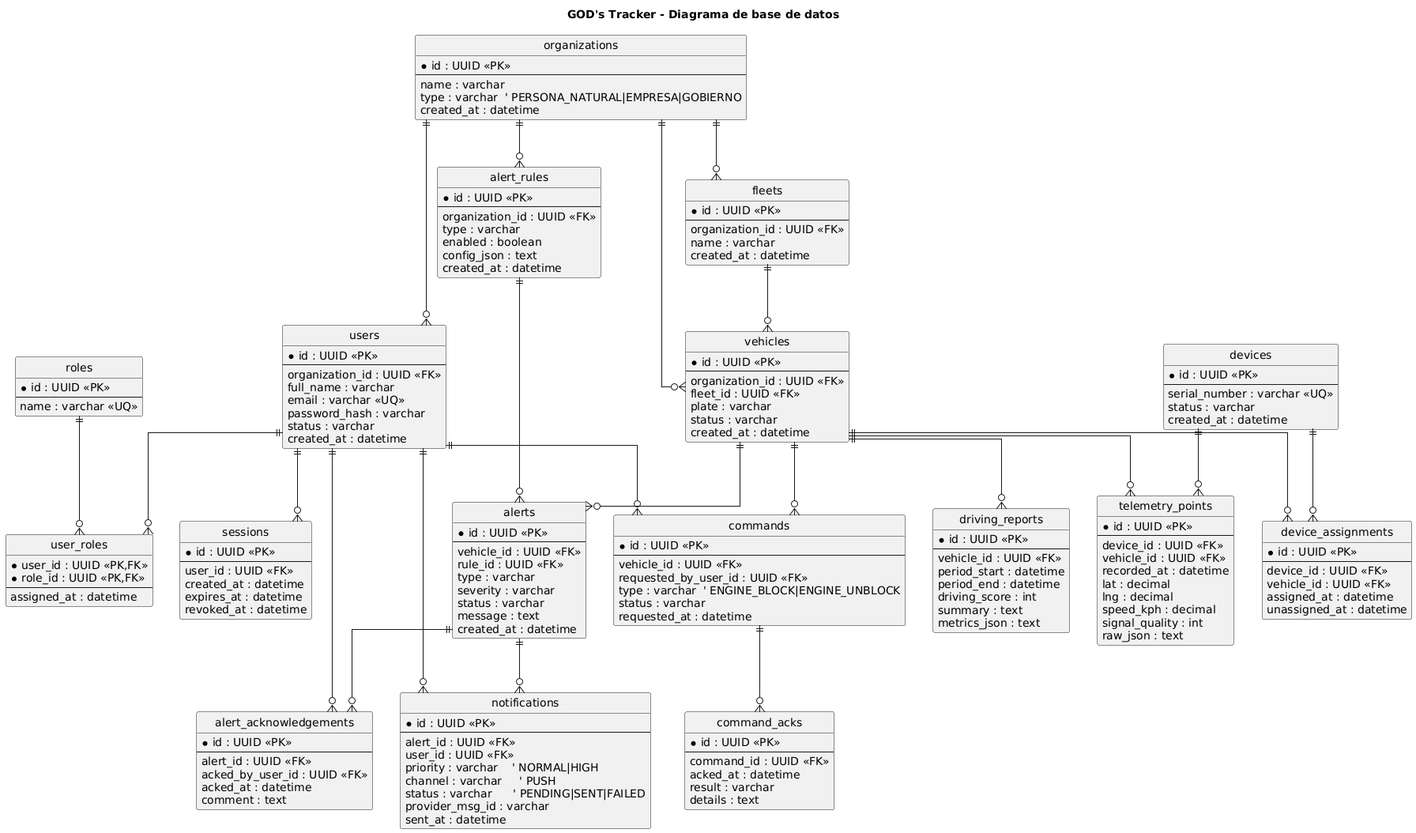
upc-pre-202610-1asi0729-11896-guardiant/guardiants-report keeps this PlantUML diagram as images/Diagrama de base de datos.png. Above is the earlier version.
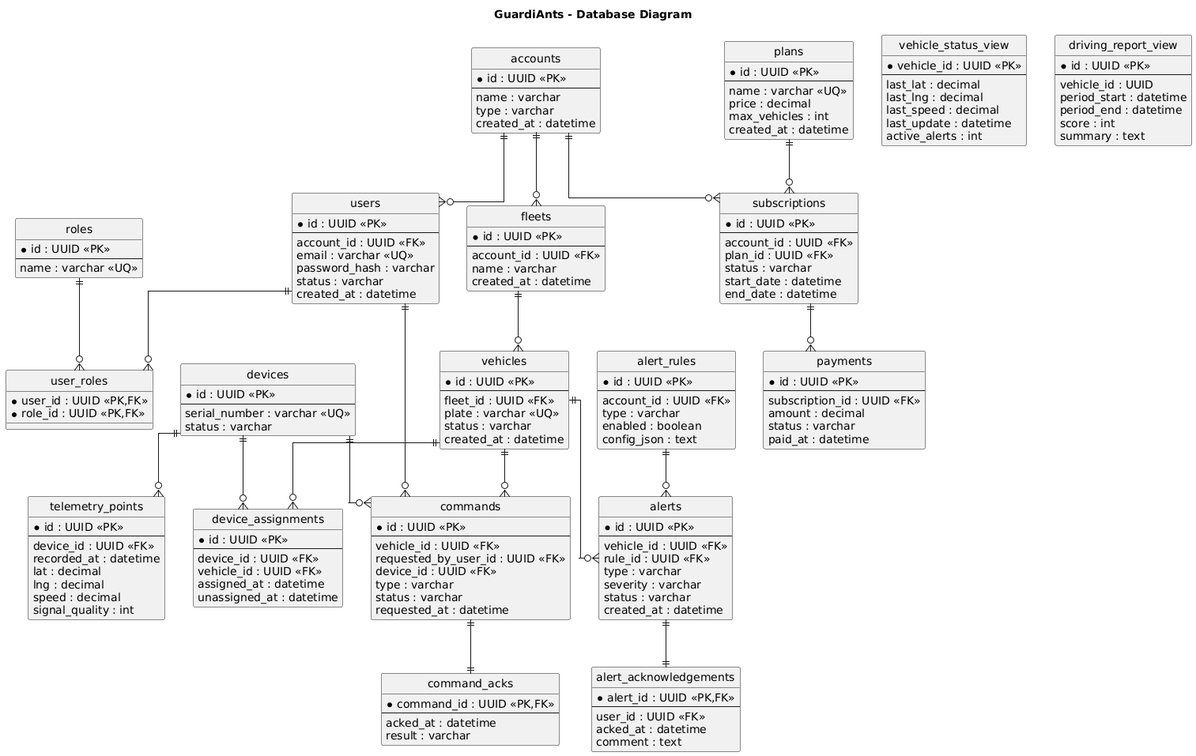
The same file after the commit.

The edit, as a diff of the source:
```diff
@@ -1,21 +1,21 @@
 @startuml
-title GOD's Tracker - Diagrama de base de datos
+title GuardiAnts - Database Diagram
+
 hide circle
 skinparam linetype ortho
 
-entity organizations {
+entity accounts {
   * id : UUID <<PK>>
   --
   name : varchar
-  type : varchar  ' PERSONA_NATURAL|EMPRESA|GOBIERNO
+  type : varchar
   created_at : datetime
 }
 
 entity users {
   * id : UUID <<PK>>
   --
-  organization_id : UUID <<FK>>
-  full_name : varchar
+  account_id : UUID <<FK>>
   email : varchar <<UQ>>
   password_hash : varchar
   status : varchar
@@ -31,23 +31,17 @@
 entity user_roles {
   * user_id : UUID <<PK,FK>>
   * role_id : UUID <<PK,FK>>
-  --
-  assigned_at : datetime
 }
 
-entity sessions {
-  * id : UUID <<PK>>
-  --
-  user_id : UUID <<FK>>
-  created_at : datetime
-  expires_at : datetime
-  revoked_at : datetime
-}
+accounts ||--o{ users
+users ||--o{ user_roles
+roles ||--o{ user_roles
+
 
 entity fleets {
   * id : UUID <<PK>>
   --
-  organization_id : UUID <<FK>>
+  account_id : UUID <<FK>>
   name : varchar
   created_at : datetime
 }
@@ -55,19 +49,21 @@
 entity vehicles {
   * id : UUID <<PK>>
   --
-  organization_id : UUID <<FK>>
   fleet_id : UUID <<FK>>
-  plate : varchar
+  plate : varchar <<UQ>>
   status : varchar
   created_at : datetime
 }
+
+fleets ||--o{ vehicles
+accounts ||--o{ fleets
+
 
 entity devices {
   * id : UUID <<PK>>
   --
   serial_number : varchar <<UQ>>
   status : varchar
-  created_at : datetime
 }
 
 entity device_assignments {
@@ -83,34 +79,25 @@
   * id : UUID <<PK>>
   --
   device_id : UUID <<FK>>
-  vehicle_id : UUID <<FK>>
   recorded_at : datetime
   lat : decimal
   lng : decimal
-  speed_kph : decimal
+  speed : decimal
   signal_quality : int
-  raw_json : text
 }
 
-entity driving_reports {
-  * id : UUID <<PK>>
-  --
-  vehicle_id : UUID <<FK>>
-  period_start : datetime
-  period_end : datetime
-  driving_score : int
-  summary : text
-  metrics_json : text
-}
+devices ||--o{ device_assignments
+vehicles ||--o{ device_assignments
+devices ||--o{ telemetry_points
+
 
 entity alert_rules {
   * id : UUID <<PK>>
   --
-  organization_id : UUID <<FK>>
+  account_id : UUID <<FK>>
   type : varchar
   enabled : boolean
   config_json : text
-  created_at : datetime
 }
 
 entity alerts {
@@ -121,77 +108,96 @@
   type : varchar
   severity : varchar
   status : varchar
-  message : text
   created_at : datetime
 }
 
 entity alert_acknowledgements {
-  * id : UUID <<PK>>
+  * alert_id : UUID <<PK,FK>>
   --
-  alert_id : UUID <<FK>>
-  acked_by_user_id : UUID <<FK>>
+  user_id : UUID <<FK>>
   acked_at : datetime
   comment : text
 }
 
-entity notifications {
-  * id : UUID <<PK>>
-  --
-  alert_id : UUID <<FK>>
-  user_id : UUID <<FK>>
-  priority : varchar    ' NORMAL|HIGH
-  channel : varchar     ' PUSH
-  status : varchar      ' PENDING|SENT|FAILED
-  provider_msg_id : varchar
-  sent_at : datetime
-}
+vehicles ||--o{ alerts
+alert_rules ||--o{ alerts
+alerts ||--|| alert_acknowledgements
+
 
 entity commands {
   * id : UUID <<PK>>
   --
   vehicle_id : UUID <<FK>>
   requested_by_user_id : UUID <<FK>>
-  type : varchar  ' ENGINE_BLOCK|ENGINE_UNBLOCK
+  device_id : UUID <<FK>>
+  type : varchar
   status : varchar
   requested_at : datetime
 }
 
 entity command_acks {
-  * id : UUID <<PK>>
+  * command_id : UUID <<PK,FK>>
   --
-  command_id : UUID <<FK>>
   acked_at : datetime
   result : varchar
-  details : text
 }
-
-organizations ||--o{ users
-roles ||--o{ user_roles
-users ||--o{ user_roles
-users ||--o{ sessions
-
-organizations ||--o{ fleets
-fleets ||--o{ vehicles
-organizations ||--o{ vehicles
-
-devices ||--o{ device_assignments
-vehicles ||--o{ device_assignments
-
-devices ||--o{ telemetry_points
-vehicles ||--o{ telemetry_points
-
-vehicles ||--o{ driving_reports
-
-organizations ||--o{ alert_rules
-alert_rules ||--o{ alerts
-vehicles ||--o{ alerts
-alerts ||--o{ alert_acknowledgements
-users ||--o{ alert_acknowledgements
-
-alerts ||--o{ notifications
-users  ||--o{ notifications
 
 vehicles ||--o{ commands
 users ||--o{ commands
-commands ||--o{ command_acks
+devices ||--o{ commands
+commands ||--|| command_acks
+
+
+entity plans {
+  * id : UUID <<PK>>
+  --
+  name : varchar <<UQ>>
+  price : decimal
+  max_vehicles : int
+  created_at : datetime
+}
+
+entity subscriptions {
+  * id : UUID <<PK>>
+  --
+  account_id : UUID <<FK>>
+  plan_id : UUID <<FK>>
+  status : varchar
+  start_date : datetime
+  end_date : datetime
+}
+
+entity payments {
+  * id : UUID <<PK>>
+  --
+  subscription_id : UUID <<FK>>
+  amount : decimal
+  status : varchar
+  paid_at : datetime
+}
+
+accounts ||--o{ subscriptions
+plans ||--o{ subscriptions
+subscriptions ||--o{ payments
+
+
+entity vehicle_status_view {
+  * vehicle_id : UUID <<PK>>
+  --
+  last_lat : decimal
+  last_lng : decimal
+  last_speed : decimal
+  last_update : datetime
+  active_alerts : int
+}
+
+entity driving_report_view {
+  * id : UUID <<PK>>
+  --
+  vehicle_id : UUID
+  period_start : datetime
+  period_end : datetime
+  score : int
+  summary : text
+}
 @enduml
```
